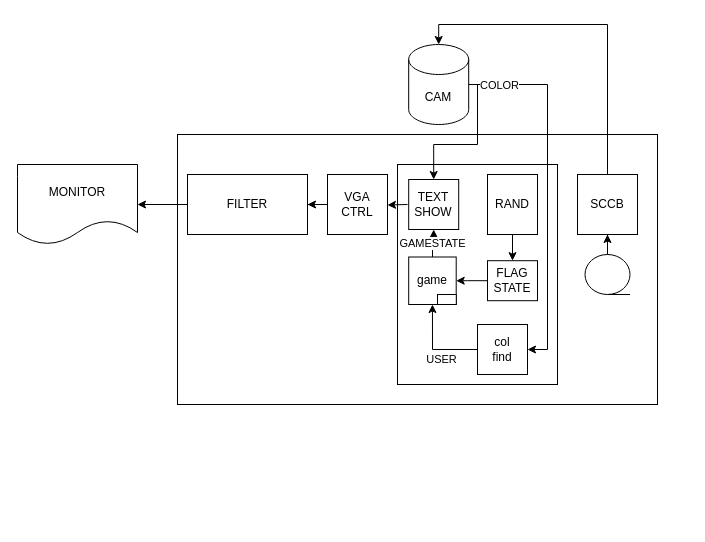
Above: page "Project design" (1 of 4) of doc/SystenArchitecture.drawio in cong2738/FlagGame (draw.io), before the change. Source tidied: cells renumbered, new cells numbered last; positions are measured from the earlier drawing's top-left corner, leaving out a move shared by most shapes. Both pictures are drawn from the tidied source at 100%, with x=0, y=0 at pixel (17, 24).
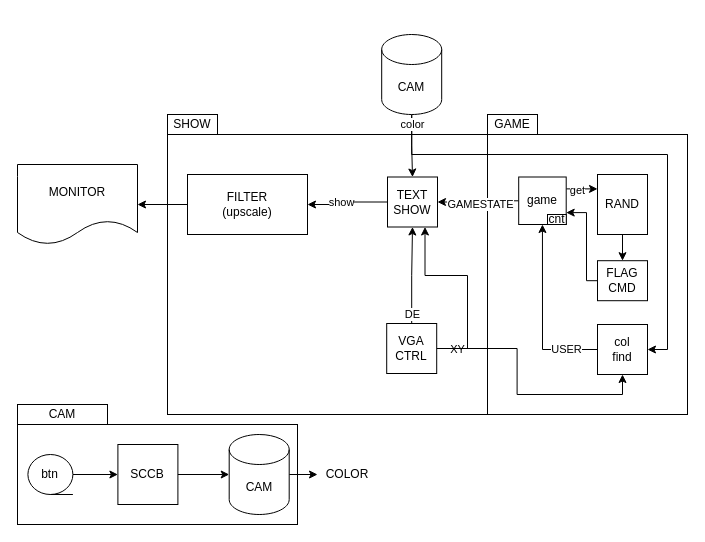
The same page after the edit.

Commit message:
시스템디자인 변경

Unchanged cells that the change refers to:
```xml
<mxCell id="14" style="edgeStyle=orthogonalEdgeStyle;rounded=0;jettySize=auto;html=1;entryX=0.5;entryY=1;entryDx=0;entryDy=0;" parent="1" edge="1" source="16" target="23">
  <mxGeometry relative="1" as="geometry" />
</mxCell>
```

What changed in the source:
```diff
@@
+    <mxCell id="31" style="rounded=0;whiteSpace=wrap;html=1;" parent="1" vertex="1">
+      <mxGeometry x="150" y="110" width="320" height="280" as="geometry" />
+    </mxCell>
     <mxCell id="2" style="rounded=0;whiteSpace=wrap;html=1;" parent="1" vertex="1">
-      <mxGeometry x="160" y="110" width="480" height="270" as="geometry" />
+      <mxGeometry x="470" y="110" width="200" height="280" as="geometry" />
     </mxCell>
-    <mxCell id="3" style="rounded=0;whiteSpace=wrap;html=1;" parent="1" vertex="1">
-      <mxGeometry x="380" y="140" width="160" height="220" as="geometry" />
-    </mxCell>
     <mxCell id="4" style="edgeStyle=orthogonalEdgeStyle;rounded=0;jettySize=auto;html=1;entryX=0.5;entryY=0;entryDx=0;entryDy=0;" parent="1" edge="1" source="7" target="24">
-      <mxGeometry relative="1" as="geometry">
-        <Array as="points">
-          <mxPoint x="460" y="60" />
-          <mxPoint x="460" y="120" />
-          <mxPoint x="416" y="120" />
-        </Array>
-      </mxGeometry>
+      <mxGeometry relative="1" as="geometry" />
     </mxCell>
-    <mxCell id="5" style="edgeStyle=orthogonalEdgeStyle;rounded=0;jettySize=auto;html=1;entryX=1;entryY=0.5;entryDx=0;entryDy=0;" parent="1" edge="1" source="7" target="16">
+    <mxCell id="5" style="edgeStyle=orthogonalEdgeStyle;rounded=0;jettySize=auto;html=1;entryX=1;entryY=0.5;entryDx=0;entryDy=0;exitX=0.5;exitY=1;exitDx=0;exitDy=0;exitPerimeter=0;" parent="1" edge="1" source="7" target="16">
       <mxGeometry relative="1" as="geometry">
         <Array as="points">
-          <mxPoint x="530" y="60" />
-          <mxPoint x="530" y="325" />
+          <mxPoint x="394" y="130" />
+          <mxPoint x="650" y="130" />
+          <mxPoint x="650" y="325" />
         </Array>
       </mxGeometry>
     </mxCell>
-    <mxCell id="6" value="COLOR" style="edgeLabel;html=1;align=center;verticalAlign=middle;points=[];" parent="5" vertex="1">
-      <mxGeometry x="-0.75" y="-1" relative="1" as="geometry">
-        <mxPoint x="-15" y="-1" as="offset" />
-      </mxGeometry>
-    </mxCell>
+    <mxCell id="32" value="color" style="edgeLabel;html=1;align=center;verticalAlign=middle;" parent="5" vertex="1">
+      <mxGeometry x="-0.91" relative="1" as="geometry">
+        <mxPoint y="-14" as="offset" />
+      </mxGeometry>
+    </mxCell>
     <mxCell id="7" value="CAM" style="shape=cylinder3;whiteSpace=wrap;html=1;boundedLbl=1;backgroundOutline=1;size=15;" parent="1" vertex="1">
-      <mxGeometry x="391.2" y="20" width="60" height="80" as="geometry" />
+      <mxGeometry x="364.2" y="10" width="60" height="80" as="geometry" />
     </mxCell>
@@
-    <mxCell id="9" style="edgeStyle=orthogonalEdgeStyle;rounded=0;orthogonalLoop=1;jettySize=auto;html=1;exitX=0.5;exitY=1;exitDx=0;exitDy=0;" parent="1" edge="1" source="2" target="2">
-      <mxGeometry relative="1" as="geometry" />
+    <mxCell id="9" style="edgeStyle=orthogonalEdgeStyle;rounded=0;orthogonalLoop=1;jettySize=auto;html=1;exitX=0.5;exitY=1;exitDx=0;exitDy=0;" parent="1" edge="1">
+      <mxGeometry relative="1" as="geometry">
+        <mxPoint x="360.5" y="230" as="sourcePoint" />
+        <mxPoint x="360.5" y="230" as="targetPoint" />
+      </mxGeometry>
     </mxCell>
-    <mxCell id="10" value="SCCB" style="whiteSpace=wrap;html=1;" parent="1" vertex="1">
-      <mxGeometry x="560" y="150" width="60" height="60" as="geometry" />
-    </mxCell>
@@
+    <mxCell id="33" style="edgeStyle=orthogonalEdgeStyle;rounded=0;jettySize=auto;html=1;entryX=0.5;entryY=1;entryDx=0;entryDy=0;" parent="1" edge="1" source="12" target="16">
+      <mxGeometry relative="1" as="geometry" />
+    </mxCell>
+    <mxCell id="34" value="XY" style="edgeLabel;html=1;align=center;verticalAlign=middle;" parent="33" vertex="1">
+      <mxGeometry x="-0.88" relative="1" as="geometry">
+        <mxPoint x="5" as="offset" />
+      </mxGeometry>
+    </mxCell>
+    <mxCell id="35" style="edgeStyle=orthogonalEdgeStyle;rounded=0;jettySize=auto;html=1;entryX=0.5;entryY=1;entryDx=0;entryDy=0;" parent="1" edge="1" source="12" target="24">
+      <mxGeometry relative="1" as="geometry" />
+    </mxCell>
+    <mxCell id="36" value="DE" style="edgeLabel;html=1;align=center;verticalAlign=middle;" parent="35" vertex="1">
+      <mxGeometry x="-0.38" relative="1" as="geometry">
+        <mxPoint y="20" as="offset" />
+      </mxGeometry>
+    </mxCell>
+    <mxCell id="37" style="edgeStyle=orthogonalEdgeStyle;rounded=0;jettySize=auto;html=1;entryX=0.75;entryY=1;entryDx=0;entryDy=0;" parent="1" edge="1" source="12" target="24">
+      <mxGeometry relative="1" as="geometry">
+        <Array as="points">
+          <mxPoint x="450" y="324" />
+          <mxPoint x="450" y="251" />
+          <mxPoint x="408" y="251" />
+        </Array>
+      </mxGeometry>
+    </mxCell>
     <mxCell id="12" value="VGA&lt;div&gt;CTRL&lt;/div&gt;" style="whiteSpace=wrap;html=1;" parent="1" vertex="1">
-      <mxGeometry x="310" y="150" width="60" height="60" as="geometry" />
+      <mxGeometry x="369.2" y="299" width="50" height="50" as="geometry" />
     </mxCell>
-    <mxCell id="13" style="edgeStyle=orthogonalEdgeStyle;rounded=0;jettySize=auto;html=1;" parent="1" edge="1" target="12">
-      <mxGeometry relative="1" as="geometry">
-        <mxPoint x="390" y="180" as="sourcePoint" />
-      </mxGeometry>
-    </mxCell>
@@
     <mxCell id="15" value="USER" style="edgeLabel;html=1;align=center;verticalAlign=middle;" parent="14" vertex="1">
       <mxGeometry x="-0.35" y="-3" relative="1" as="geometry">
-        <mxPoint x="-8" y="12" as="offset" />
+        <mxPoint x="21" y="4" as="offset" />
       </mxGeometry>
     </mxCell>
     <mxCell id="16" value="col&lt;div&gt;find&lt;/div&gt;" style="whiteSpace=wrap;html=1;" parent="1" vertex="1">
-      <mxGeometry x="460" y="300" width="50" height="50" as="geometry" />
+      <mxGeometry x="580" y="300" width="50" height="50" as="geometry" />
     </mxCell>
@@
     <mxCell id="18" value="RAND" style="rounded=0;whiteSpace=wrap;html=1;" parent="1" vertex="1">
-      <mxGeometry x="470" y="150" width="50" height="60" as="geometry" />
+      <mxGeometry x="580" y="150" width="50" height="60" as="geometry" />
     </mxCell>
-    <mxCell id="19" style="edgeStyle=orthogonalEdgeStyle;rounded=0;jettySize=auto;html=1;entryX=1;entryY=0.5;entryDx=0;entryDy=0;" parent="1" edge="1" source="20" target="23">
-      <mxGeometry relative="1" as="geometry" />
+    <mxCell id="19" style="edgeStyle=orthogonalEdgeStyle;rounded=0;jettySize=auto;html=1;entryX=1;entryY=0.75;entryDx=0;entryDy=0;" parent="1" edge="1" source="20" target="23">
+      <mxGeometry relative="1" as="geometry">
+        <Array as="points">
+          <mxPoint x="569" y="256" />
+          <mxPoint x="569" y="188" />
+        </Array>
+      </mxGeometry>
     </mxCell>
-    <mxCell id="20" value="FLAG&lt;div&gt;STATE&lt;/div&gt;" style="rounded=0;whiteSpace=wrap;html=1;" parent="1" vertex="1">
-      <mxGeometry x="470" y="236.2" width="50" height="40" as="geometry" />
+    <mxCell id="20" value="FLAG&lt;br&gt;CMD" style="rounded=0;whiteSpace=wrap;html=1;" parent="1" vertex="1">
+      <mxGeometry x="580" y="236.2" width="50" height="40" as="geometry" />
     </mxCell>
-    <mxCell id="21" style="edgeStyle=orthogonalEdgeStyle;rounded=0;jettySize=auto;html=1;" parent="1" edge="1" source="23" target="24">
+    <mxCell id="21" style="edgeStyle=orthogonalEdgeStyle;rounded=0;jettySize=auto;html=1;entryX=1;entryY=0.5;entryDx=0;entryDy=0;" parent="1" edge="1" source="23" target="24">
       <mxGeometry relative="1" as="geometry" />
     </mxCell>
     <mxCell id="22" value="GAMESTATE" style="edgeLabel;html=1;align=center;verticalAlign=middle;" parent="21" vertex="1">
-      <mxGeometry x="-0.05" y="1" relative="1" as="geometry" />
+      <mxGeometry x="-0.05" y="1" relative="1" as="geometry">
+        <mxPoint y="2" as="offset" />
+      </mxGeometry>
     </mxCell>
+    <mxCell id="38" style="edgeStyle=orthogonalEdgeStyle;rounded=0;jettySize=auto;html=1;entryX=1;entryY=0.5;entryDx=0;entryDy=0;" parent="1" edge="1" source="24" target="27">
+      <mxGeometry relative="1" as="geometry" />
+    </mxCell>
+    <mxCell id="39" value="show" style="edgeLabel;html=1;align=center;verticalAlign=middle;" parent="38" vertex="1">
+      <mxGeometry x="-0.63" y="1" relative="1" as="geometry">
+        <mxPoint x="-32" y="-1" as="offset" />
+      </mxGeometry>
+    </mxCell>
+    <mxCell id="24" value="TEXT&lt;br&gt;SHOW" style="whiteSpace=wrap;html=1;" parent="1" vertex="1">
+      <mxGeometry x="370" y="152.5" width="50" height="50" as="geometry" />
+    </mxCell>
+    <mxCell id="27" value="FILTER&lt;div&gt;(upscale)&lt;/div&gt;" style="rounded=0;whiteSpace=wrap;html=1;" parent="1" vertex="1">
+      <mxGeometry x="170" y="150" width="120" height="60" as="geometry" />
+    </mxCell>
+    <mxCell id="40" style="edgeStyle=orthogonalEdgeStyle;rounded=0;jettySize=auto;html=1;exitX=1;exitY=0.25;exitDx=0;exitDy=0;entryX=0;entryY=0.25;entryDx=0;entryDy=0;" parent="1" edge="1" source="23" target="18">
+      <mxGeometry relative="1" as="geometry" />
+    </mxCell>
+    <mxCell id="41" value="get" style="edgeLabel;html=1;align=center;verticalAlign=middle;" parent="40" vertex="1">
+      <mxGeometry x="-0.45" y="-1" relative="1" as="geometry">
+        <mxPoint x="2" as="offset" />
+      </mxGeometry>
+    </mxCell>
+    <mxCell id="42" style="rounded=0;whiteSpace=wrap;html=1;" parent="1" vertex="1">
+      <mxGeometry y="400" width="280" height="100" as="geometry" />
+    </mxCell>
+    <mxCell id="43" value="CAM" style="rounded=0;whiteSpace=wrap;html=1;" parent="1" vertex="1">
+      <mxGeometry y="380" width="90" height="20" as="geometry" />
+    </mxCell>
+    <mxCell id="10" value="SCCB" style="whiteSpace=wrap;html=1;" parent="1" vertex="1">
+      <mxGeometry x="100.4" y="420" width="60" height="60" as="geometry" />
+    </mxCell>
+    <mxCell id="44" style="edgeStyle=orthogonalEdgeStyle;rounded=0;jettySize=auto;html=1;" parent="1" edge="1" source="45" target="10">
+      <mxGeometry relative="1" as="geometry" />
+    </mxCell>
+    <mxCell id="45" value="btn" style="shape=tapeData;whiteSpace=wrap;html=1;perimeter=ellipsePerimeter;" parent="1" vertex="1">
+      <mxGeometry x="10.4" y="430" width="45" height="40" as="geometry" />
+    </mxCell>
+    <mxCell id="46" value="GAME" style="rounded=0;whiteSpace=wrap;html=1;" parent="1" vertex="1">
+      <mxGeometry x="470" y="90" width="50" height="20" as="geometry" />
+    </mxCell>
+    <mxCell id="47" style="edgeStyle=orthogonalEdgeStyle;rounded=0;jettySize=auto;html=1;entryX=0;entryY=0.5;entryDx=0;entryDy=0;" parent="1" edge="1" source="48" target="6">
+      <mxGeometry relative="1" as="geometry" />
+    </mxCell>
+    <mxCell id="48" value="CAM" style="shape=cylinder3;whiteSpace=wrap;html=1;boundedLbl=1;backgroundOutline=1;size=15;" parent="1" vertex="1">
+      <mxGeometry x="211.7" y="410" width="60" height="80" as="geometry" />
+    </mxCell>
+    <mxCell id="49" style="edgeStyle=orthogonalEdgeStyle;rounded=0;jettySize=auto;html=1;exitX=1;exitY=0.5;exitDx=0;exitDy=0;entryX=0;entryY=0.5;entryDx=0;entryDy=0;entryPerimeter=0;" parent="1" edge="1" source="10" target="48">
+      <mxGeometry relative="1" as="geometry" />
+    </mxCell>
     <mxCell id="23" value="game" style="whiteSpace=wrap;html=1;" parent="1" vertex="1">
-      <mxGeometry x="391.2" y="232.5" width="47.5" height="47.5" as="geometry" />
+      <mxGeometry x="501.2" y="152.5" width="47.5" height="47.5" as="geometry" />
     </mxCell>
-    <mxCell id="24" value="TEXT&lt;br&gt;SHOW" style="whiteSpace=wrap;html=1;" parent="1" vertex="1">
-      <mxGeometry x="391.2" y="155" width="50" height="50" as="geometry" />
-    </mxCell>
-    <mxCell id="25" style="rounded=0;whiteSpace=wrap;html=1;" parent="1" vertex="1">
-      <mxGeometry x="420" y="270" width="18.8" height="10" as="geometry" />
+    <mxCell id="25" value="cnt" style="rounded=0;whiteSpace=wrap;html=1;" parent="1" vertex="1">
+      <mxGeometry x="530" y="190" width="18.8" height="10" as="geometry" />
     </mxCell>
-    <mxCell id="26" style="edgeStyle=orthogonalEdgeStyle;rounded=0;jettySize=auto;html=1;" parent="1" edge="1" source="12" target="27">
-      <mxGeometry relative="1" as="geometry" />
-    </mxCell>
-    <mxCell id="27" value="FILTER" style="rounded=0;whiteSpace=wrap;html=1;" parent="1" vertex="1">
-      <mxGeometry x="170" y="150" width="120" height="60" as="geometry" />
-    </mxCell>
-    <mxCell id="28" style="edgeStyle=orthogonalEdgeStyle;rounded=0;jettySize=auto;html=1;entryX=0.5;entryY=0;entryDx=0;entryDy=0;entryPerimeter=0;" parent="1" edge="1" source="10" target="7">
-      <mxGeometry relative="1" as="geometry">
-        <Array as="points">
-          <mxPoint x="590" />
-          <mxPoint x="421" />
-        </Array>
-      </mxGeometry>
-    </mxCell>
-    <mxCell id="29" style="edgeStyle=orthogonalEdgeStyle;rounded=0;jettySize=auto;html=1;" parent="1" edge="1" source="30" target="10">
-      <mxGeometry relative="1" as="geometry" />
-    </mxCell>
-    <mxCell id="30" style="shape=tapeData;whiteSpace=wrap;html=1;perimeter=ellipsePerimeter;" parent="1" vertex="1">
-      <mxGeometry x="567.5" y="230" width="45" height="40" as="geometry" />
-    </mxCell>
+    <mxCell id="6" value="COLOR" style="text;html=1;align=center;verticalAlign=middle;whiteSpace=wrap;rounded=0;" parent="1" vertex="1">
+      <mxGeometry x="300" y="435" width="60" height="30" as="geometry" />
+    </mxCell>
+    <mxCell id="50" value="SHOW" style="rounded=0;whiteSpace=wrap;html=1;" parent="1" vertex="1">
+      <mxGeometry x="150" y="90" width="50" height="20" as="geometry" />
+    </mxCell>
```
